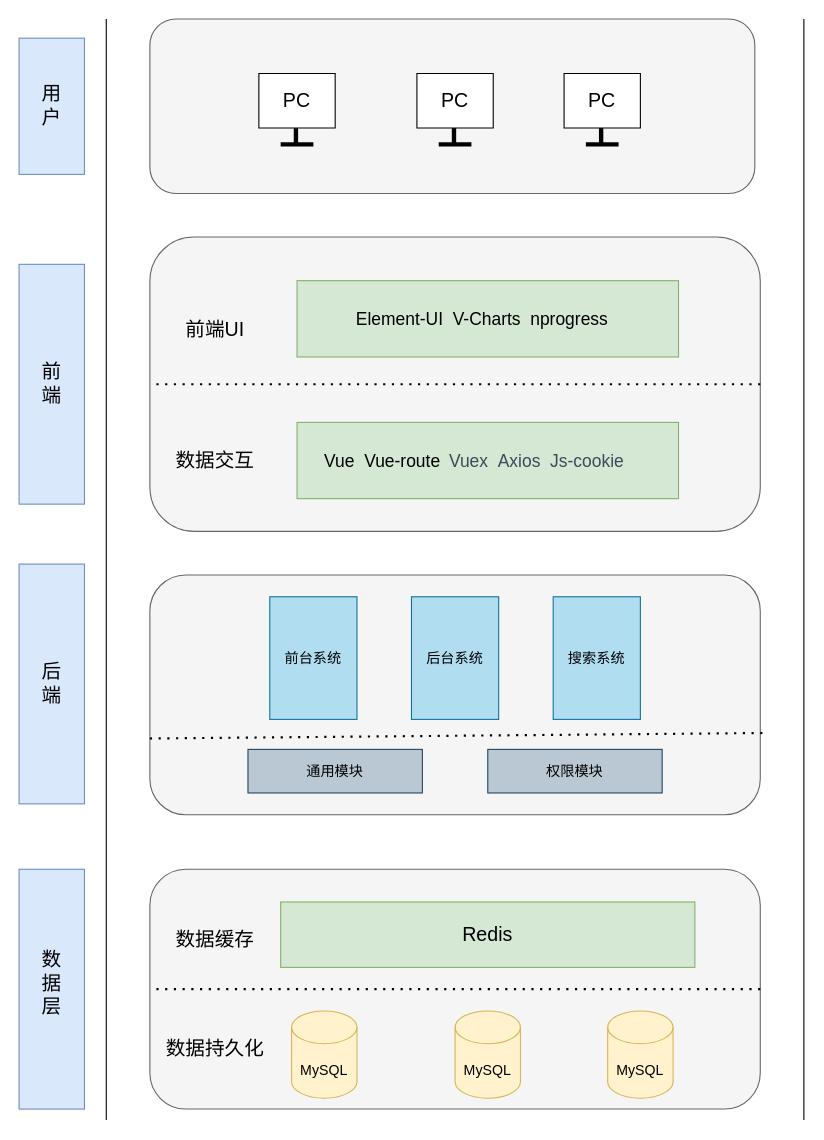
Earlier version of the draw.io diagram file/架构.drawio (zimmortor/drawImage). Source tidied: cells renumbered, new cells numbered last; positions are measured from the earlier drawing's top-left corner, leaving out a move shared by most shapes. Both pictures are drawn from the tidied source at 109%, with x=0, y=0 at pixel (19, 19).
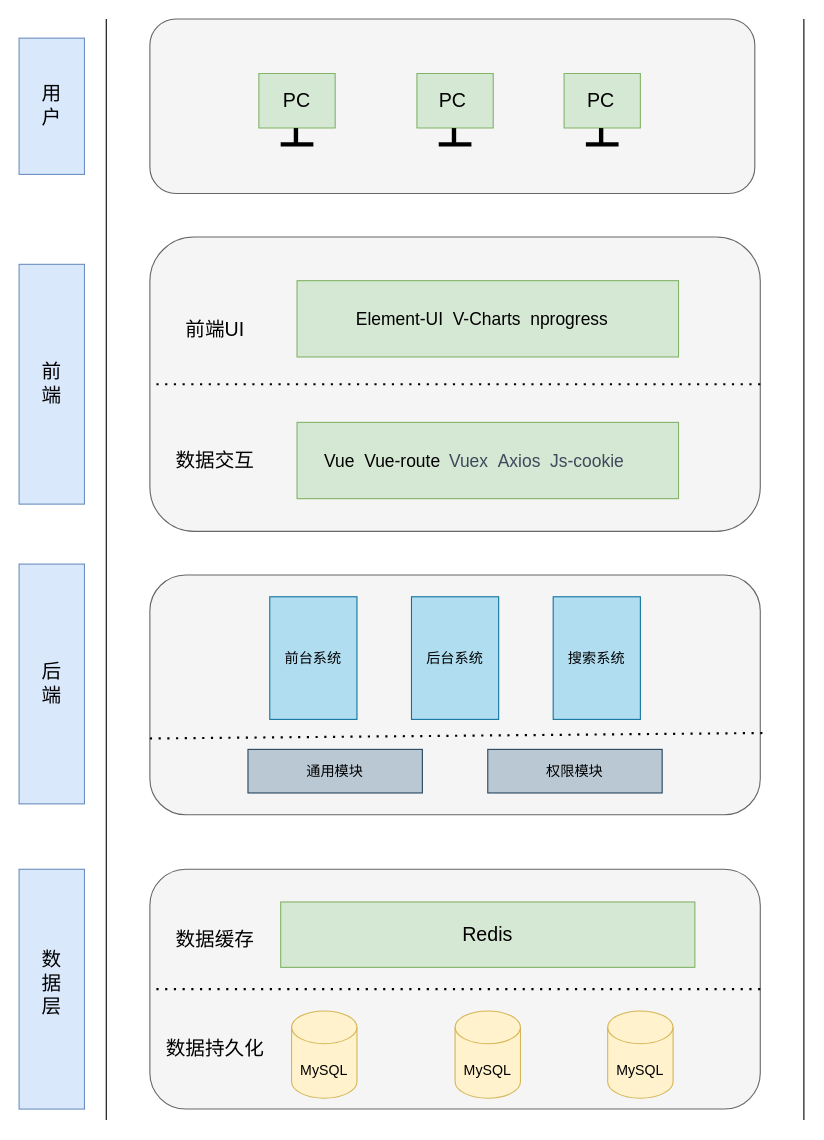
After the change.

What changed in the source:
```diff
@@
-    <mxCell id="34" style="verticalLabelPosition=bottom;verticalAlign=top;html=1;shape=mxgraph.basic.rect;fillColor2=none;strokeWidth=1;size=20;indent=5;labelBackgroundColor=none;fontSize=16;" parent="1" vertex="1">
+    <mxCell id="34" style="verticalLabelPosition=bottom;verticalAlign=top;html=1;shape=mxgraph.basic.rect;fillColor2=none;strokeWidth=1;size=20;indent=5;labelBackgroundColor=none;fontSize=16;fillColor=#d5e8d4;strokeColor=#82b366;" parent="1" vertex="1">
       <mxGeometry x="365" y="50" width="70" height="50" as="geometry" />
     </mxCell>
@@
     <mxCell id="37" value="PC" style="text;html=1;strokeColor=none;fillColor=none;align=center;verticalAlign=middle;whiteSpace=wrap;rounded=0;fontSize=18;" parent="1" vertex="1">
-      <mxGeometry x="355" y="60" width="90" height="30" as="geometry" />
+      <mxGeometry x="352.5" y="60" width="90" height="30" as="geometry" />
     </mxCell>
-    <mxCell id="38" style="verticalLabelPosition=bottom;verticalAlign=top;html=1;shape=mxgraph.basic.rect;fillColor2=none;strokeWidth=1;size=20;indent=5;labelBackgroundColor=none;fontSize=16;" parent="1" vertex="1">
+    <mxCell id="38" style="verticalLabelPosition=bottom;verticalAlign=top;html=1;shape=mxgraph.basic.rect;fillColor2=none;strokeWidth=1;size=20;indent=5;labelBackgroundColor=none;fontSize=16;fillColor=#d5e8d4;strokeColor=#82b366;" parent="1" vertex="1">
       <mxGeometry x="500" y="50" width="70" height="50" as="geometry" />
     </mxCell>
@@
     <mxCell id="41" value="PC" style="text;html=1;strokeColor=none;fillColor=none;align=center;verticalAlign=middle;whiteSpace=wrap;rounded=0;fontSize=18;" parent="1" vertex="1">
-      <mxGeometry x="490" y="60" width="90" height="30" as="geometry" />
+      <mxGeometry x="489" y="60" width="90" height="30" as="geometry" />
     </mxCell>
-    <mxCell id="42" style="verticalLabelPosition=bottom;verticalAlign=top;html=1;shape=mxgraph.basic.rect;fillColor2=none;strokeWidth=1;size=20;indent=5;labelBackgroundColor=none;fontSize=16;" parent="1" vertex="1">
+    <mxCell id="42" style="verticalLabelPosition=bottom;verticalAlign=top;html=1;shape=mxgraph.basic.rect;fillColor2=none;strokeWidth=1;size=20;indent=5;labelBackgroundColor=none;fontSize=16;fillColor=#d5e8d4;strokeColor=#82b366;" parent="1" vertex="1">
       <mxGeometry x="220" y="50" width="70" height="50" as="geometry" />
     </mxCell>
```
